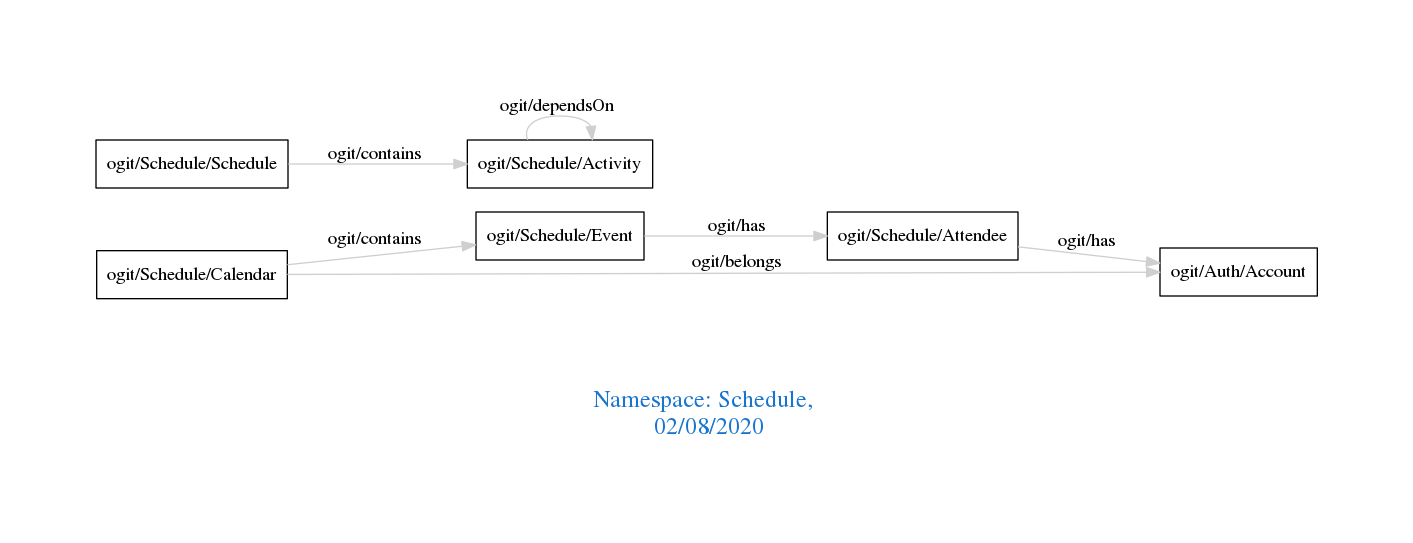
This is downloads/Schedule.png from arago/OGIT, a Graphviz export, as it was before one commit. Its source is kept beside it as downloads/Schedule.dot.
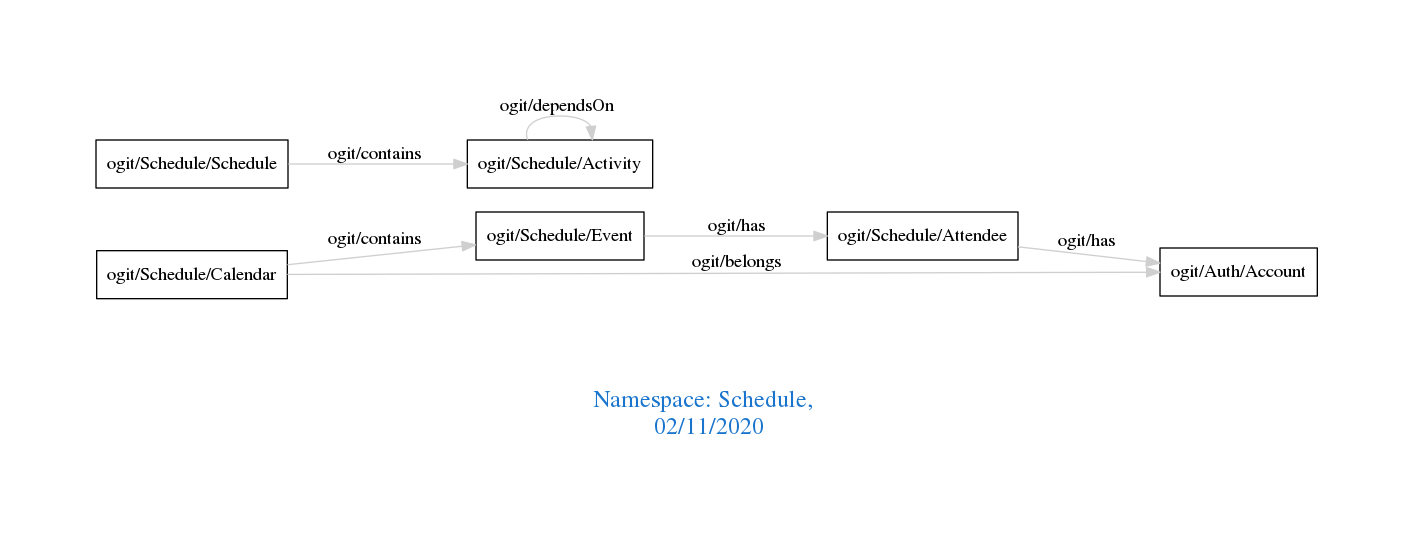
The same file after the commit.

What changed in the source:
```diff
@@ -1,7 +1,7 @@
 digraph OGIT_ontology {
  graph [ rankdir= LR,pad=1
 fontsize = 18,
-fontcolor= dodgerblue3,label = "\n\n\nNamespace: Schedule, \n 02/08/2020"];
+fontcolor= dodgerblue3,label = "\n\n\nNamespace: Schedule, \n 02/11/2020"];
 node[shape=polygon];
 edge [  color="gray81"];
 
```
